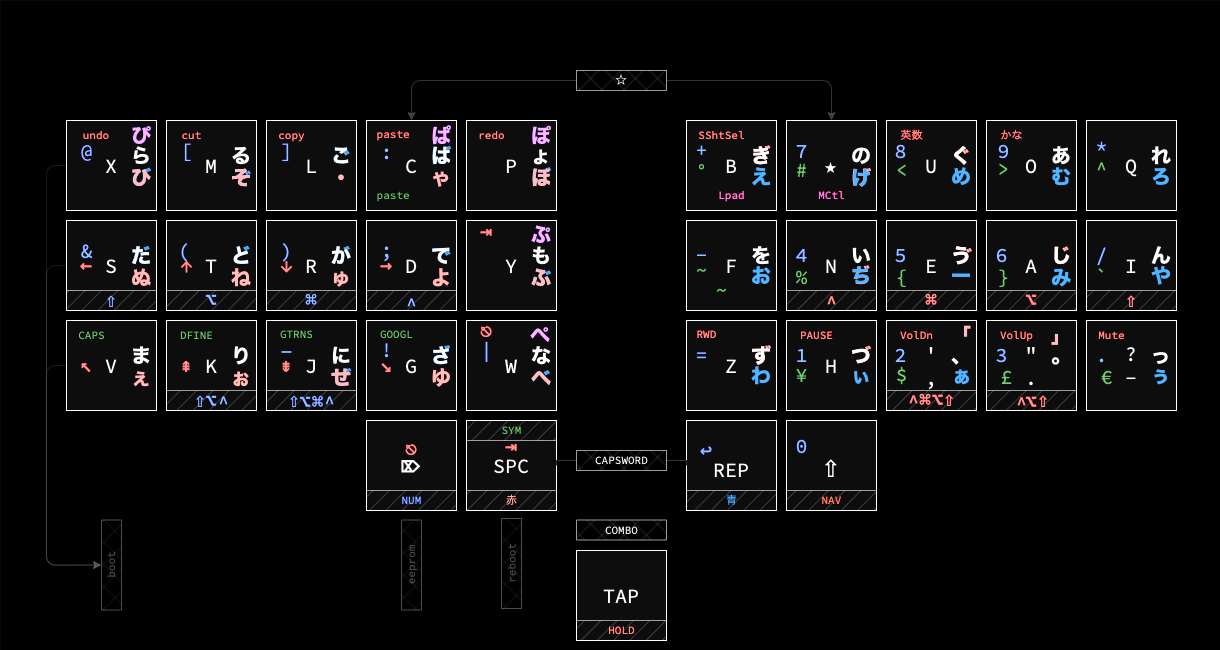
This is Gilgamesh-whole.drawio.png from gilgameshone/gilgamesh-layout, a draw.io export, as it was before one commit. Source tidied: cells renumbered, new cells last; positions are measured from the earlier drawing's top-left corner, leaving out a move shared by most shapes.
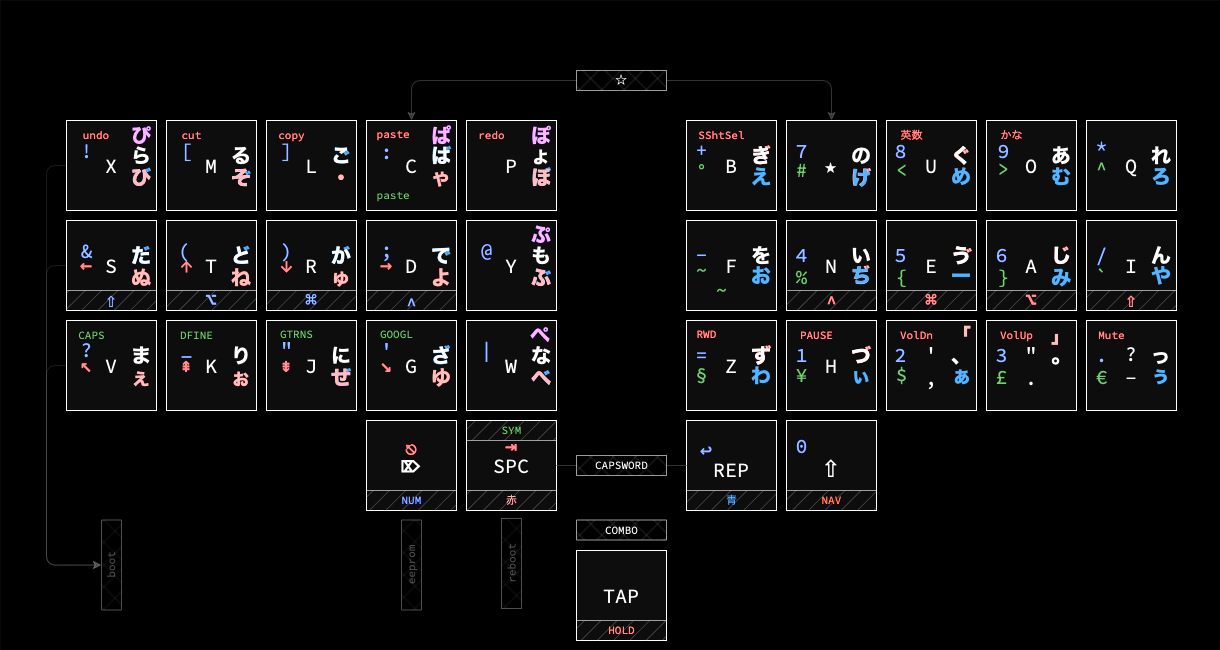
After the change.

Diff of the diagram source:
```diff
@@ -508,8 +508,2 @@
     </mxCell>
-    <mxCell id="165" value="&lt;div style=&quot;font-size: 11px;&quot;&gt;&lt;font color=&quot;#ff0080&quot; style=&quot;font-size: 11px;&quot;&gt;Lpad&lt;/font&gt;&lt;/div&gt;" style="text;html=1;align=center;verticalAlign=middle;strokeColor=none;fillColor=none;fontSize=11;rounded=0;fontFamily=Source Code Pro;fontSource=https%3A%2F%2Ffonts.googleapis.com%2Fcss%3Ffamily%3DSource%2BCode%2BPro;" parent="1" vertex="1">
-      <mxGeometry x="706" y="180" width="50" height="30" as="geometry" />
-    </mxCell>
-    <mxCell id="166" value="&lt;div style=&quot;font-size: 11px;&quot;&gt;&lt;font color=&quot;#ff0080&quot; style=&quot;font-size: 11px;&quot;&gt;MCtl&lt;/font&gt;&lt;/div&gt;" style="text;html=1;align=center;verticalAlign=middle;strokeColor=none;fillColor=none;fontSize=11;rounded=0;fontFamily=Source Code Pro;fontSource=https%3A%2F%2Ffonts.googleapis.com%2Fcss%3Ffamily%3DSource%2BCode%2BPro;" parent="1" vertex="1">
-      <mxGeometry x="806" y="180" width="50" height="30" as="geometry" />
-    </mxCell>
     <mxCell id="167" value="&lt;div style=&quot;font-size: 11px;&quot;&gt;&lt;font color=&quot;#ff0000&quot;&gt;&lt;span style=&quot;caret-color: rgb(255, 0, 0);&quot;&gt;VolUp&lt;/span&gt;&lt;/font&gt;&lt;/div&gt;" style="text;html=1;align=center;verticalAlign=middle;strokeColor=none;fillColor=none;fontSize=11;rounded=0;fontFamily=Source Code Pro;fontSource=https%3A%2F%2Ffonts.googleapis.com%2Fcss%3Ffamily%3DSource%2BCode%2BPro;" parent="1" vertex="1">
@@ -550,5 +544,2 @@
     </mxCell>
-    <mxCell id="179" value="&lt;font color=&quot;#0433ff&quot; style=&quot;font-size: 20px;&quot;&gt;⌥⌘&lt;/font&gt;" style="text;html=1;align=center;verticalAlign=middle;strokeColor=none;fillColor=none;fontSize=20;fontFamily=Source Code Pro;fontSource=https%3A%2F%2Ffonts.googleapis.com%2Fcss%3Ffamily%3DSource%2BCode%2BPro;" parent="1" vertex="1">
-      <mxGeometry x="286" y="381" width="50" height="40" as="geometry" />
-    </mxCell>
     <mxCell id="180" value="&lt;p style=&quot;margin: 0px; font-style: normal; font-variant-caps: normal; font-stretch: normal; font-size: 20px; line-height: normal; font-family: &amp;quot;Hiragino Sans&amp;quot;; font-size-adjust: none; font-kerning: auto; font-variant-alternates: normal; font-variant-ligatures: normal; font-variant-numeric: normal; font-variant-east-asian: normal; font-variant-position: normal; font-feature-settings: normal; font-optical-sizing: auto; font-variation-settings: normal;&quot;&gt;&lt;b style=&quot;font-size: 20px;&quot;&gt;つ&lt;/b&gt;&lt;/p&gt;" style="text;html=1;strokeColor=none;fillColor=none;align=center;verticalAlign=middle;whiteSpace=wrap;rounded=0;fontSize=20;" parent="1" vertex="1">
@@ -601,8 +592,2 @@
     </mxCell>
-    <mxCell id="196" style="rounded=0;whiteSpace=wrap;html=1;fontFamily=Source Code Pro;fontSource=https%3A%2F%2Ffonts.googleapis.com%2Fcss%3Ffamily%3DSource%2BCode%2BPro;fillColor=#8C8C8C;fontSize=20;fillStyle=hatch;gradientColor=none;glass=0;shadow=0;opacity=60;" parent="1" vertex="1">
-      <mxGeometry x="266" y="390" width="90" height="20" as="geometry" />
-    </mxCell>
-    <mxCell id="197" value="&lt;font color=&quot;#0433ff&quot; style=&quot;font-size: 20px;&quot;&gt;⌥&lt;/font&gt;" style="text;html=1;align=center;verticalAlign=middle;strokeColor=none;fillColor=none;fontSize=20;fontFamily=Source Code Pro;fontSource=https%3A%2F%2Ffonts.googleapis.com%2Fcss%3Ffamily%3DSource%2BCode%2BPro;" parent="1" vertex="1">
-      <mxGeometry x="191" y="380" width="40" height="40" as="geometry" />
-    </mxCell>
     <mxCell id="198" style="rounded=0;whiteSpace=wrap;html=1;fontFamily=Source Code Pro;fontSource=https%3A%2F%2Ffonts.googleapis.com%2Fcss%3Ffamily%3DSource%2BCode%2BPro;fillColor=#8C8C8C;fontSize=20;fillStyle=hatch;gradientColor=none;glass=0;shadow=0;opacity=60;" parent="1" vertex="1">
@@ -619,5 +604,2 @@
     </mxCell>
-    <mxCell id="202" value="&lt;font color=&quot;#ff0000&quot; face=&quot;Source Code Pro&quot; style=&quot;font-size: 20px;&quot;&gt;^&lt;/font&gt;" style="text;html=1;align=center;verticalAlign=middle;strokeColor=none;fillColor=none;fontSize=20;" parent="1" vertex="1">
-      <mxGeometry x="893" y="382" width="40" height="40" as="geometry" />
-    </mxCell>
     <mxCell id="203" style="rounded=0;whiteSpace=wrap;html=1;fontFamily=Source Code Pro;fontSource=https%3A%2F%2Ffonts.googleapis.com%2Fcss%3Ffamily%3DSource%2BCode%2BPro;fillColor=#8C8C8C;fontSize=20;fillStyle=hatch;gradientColor=none;glass=0;shadow=0;opacity=60;" parent="1" vertex="1">
@@ -625,38 +607,2 @@
     </mxCell>
-    <mxCell id="204" style="rounded=0;whiteSpace=wrap;html=1;fontFamily=Source Code Pro;fontSource=https%3A%2F%2Ffonts.googleapis.com%2Fcss%3Ffamily%3DSource%2BCode%2BPro;fillColor=#8C8C8C;fontSize=20;fillStyle=hatch;gradientColor=none;glass=0;shadow=0;opacity=60;" parent="1" vertex="1">
-      <mxGeometry x="986" y="390" width="90" height="20" as="geometry" />
-    </mxCell>
-    <mxCell id="205" style="rounded=0;whiteSpace=wrap;html=1;fontFamily=Source Code Pro;fontSource=https%3A%2F%2Ffonts.googleapis.com%2Fcss%3Ffamily%3DSource%2BCode%2BPro;fillColor=#8C8C8C;fontSize=20;fillStyle=hatch;gradientColor=none;glass=0;shadow=0;opacity=60;" parent="1" vertex="1">
-      <mxGeometry x="886" y="390" width="90" height="20" as="geometry" />
-    </mxCell>
-    <mxCell id="206" value="&lt;font color=&quot;#ff0000&quot; style=&quot;font-size: 20px;&quot;&gt;^&lt;/font&gt;" style="text;html=1;align=center;verticalAlign=middle;strokeColor=none;fillColor=none;fontSize=20;fontFamily=Source Code Pro;fontSource=https%3A%2F%2Ffonts.googleapis.com%2Fcss%3Ffamily%3DSource%2BCode%2BPro;" parent="1" vertex="1">
-      <mxGeometry x="1001" y="383" width="40" height="40" as="geometry" />
-    </mxCell>
-    <mxCell id="207" style="rounded=0;whiteSpace=wrap;html=1;fontFamily=Source Code Pro;fontSource=https%3A%2F%2Ffonts.googleapis.com%2Fcss%3Ffamily%3DSource%2BCode%2BPro;fillColor=#8C8C8C;fontSize=20;fillStyle=hatch;gradientColor=none;glass=0;shadow=0;opacity=60;" parent="1" vertex="1">
-      <mxGeometry x="166" y="390" width="90" height="20" as="geometry" />
-    </mxCell>
-    <mxCell id="208" value="&lt;font color=&quot;#0433ff&quot; style=&quot;font-size: 20px;&quot;&gt;&lt;font style=&quot;border-color: var(--border-color); font-size: 20px;&quot;&gt;⇧&lt;/font&gt;&lt;/font&gt;" style="text;html=1;align=center;verticalAlign=middle;strokeColor=none;fillColor=none;fontSize=20;rounded=0;fontFamily=Source Code Pro;fontSource=https%3A%2F%2Ffonts.googleapis.com%2Fcss%3Ffamily%3DSource%2BCode%2BPro;" parent="1" vertex="1">
-      <mxGeometry x="274" y="379" width="40" height="40" as="geometry" />
-    </mxCell>
-    <mxCell id="209" value="&lt;font face=&quot;Source Code Pro&quot; color=&quot;#0433ff&quot; style=&quot;font-size: 20px;&quot;&gt;^&lt;/font&gt;" style="text;html=1;align=center;verticalAlign=middle;strokeColor=none;fillColor=none;fontSize=20;" parent="1" vertex="1">
-      <mxGeometry x="309" y="383" width="40" height="40" as="geometry" />
-    </mxCell>
-    <mxCell id="210" value="&lt;font face=&quot;Source Code Pro&quot; color=&quot;#ff0000&quot; style=&quot;font-size: 20px;&quot;&gt;&lt;font style=&quot;font-size: 20px;&quot;&gt;⌘&lt;/font&gt;⌥&lt;/font&gt;" style="text;html=1;align=center;verticalAlign=middle;strokeColor=none;fillColor=none;fontSize=20;" parent="1" vertex="1">
-      <mxGeometry x="906" y="380" width="50" height="40" as="geometry" />
-    </mxCell>
-    <mxCell id="211" value="&lt;font color=&quot;#0433ff&quot; style=&quot;font-size: 20px;&quot;&gt;&lt;font style=&quot;border-color: var(--border-color); font-size: 20px;&quot;&gt;⇧&lt;/font&gt;&lt;/font&gt;" style="text;html=1;align=center;verticalAlign=middle;strokeColor=none;fillColor=none;fontSize=20;rounded=0;fontFamily=Source Code Pro;fontSource=https%3A%2F%2Ffonts.googleapis.com%2Fcss%3Ffamily%3DSource%2BCode%2BPro;" parent="1" vertex="1">
-      <mxGeometry x="180" y="379" width="40" height="40" as="geometry" />
-    </mxCell>
-    <mxCell id="212" value="&lt;font color=&quot;#0433ff&quot; style=&quot;font-size: 20px;&quot;&gt;^&lt;/font&gt;" style="text;html=1;align=center;verticalAlign=middle;strokeColor=none;fillColor=none;fontSize=20;fontFamily=Source Code Pro;fontSource=https%3A%2F%2Ffonts.googleapis.com%2Fcss%3Ffamily%3DSource%2BCode%2BPro;" parent="1" vertex="1">
-      <mxGeometry x="203" y="382" width="40" height="40" as="geometry" />
-    </mxCell>
-    <mxCell id="213" value="&lt;font face=&quot;Source Code Pro&quot; style=&quot;font-size: 20px;&quot;&gt;&lt;font color=&quot;#ff0000&quot; style=&quot;border-color: var(--border-color); font-size: 20px;&quot;&gt;⇧&lt;/font&gt;&lt;/font&gt;" style="text;html=1;align=center;verticalAlign=middle;strokeColor=none;fillColor=none;fontSize=20;rounded=0;" parent="1" vertex="1">
-      <mxGeometry x="929" y="379" width="40" height="40" as="geometry" />
-    </mxCell>
-    <mxCell id="214" value="&lt;font color=&quot;#ff0000&quot; style=&quot;font-size: 20px;&quot;&gt;⌥&lt;/font&gt;" style="text;html=1;align=center;verticalAlign=middle;strokeColor=none;fillColor=none;fontSize=20;fontFamily=Source Code Pro;fontSource=https%3A%2F%2Ffonts.googleapis.com%2Fcss%3Ffamily%3DSource%2BCode%2BPro;" parent="1" vertex="1">
-      <mxGeometry x="1011" y="381" width="40" height="40" as="geometry" />
-    </mxCell>
-    <mxCell id="215" value="&lt;font style=&quot;font-size: 20px;&quot;&gt;&lt;font color=&quot;#ff0000&quot; style=&quot;border-color: var(--border-color); font-size: 20px;&quot;&gt;⇧&lt;/font&gt;&lt;/font&gt;" style="text;html=1;align=center;verticalAlign=middle;strokeColor=none;fillColor=none;fontSize=20;rounded=0;fontFamily=Source Code Pro;fontSource=https%3A%2F%2Ffonts.googleapis.com%2Fcss%3Ffamily%3DSource%2BCode%2BPro;" parent="1" vertex="1">
-      <mxGeometry x="1023" y="379" width="40" height="40" as="geometry" />
-    </mxCell>
     <mxCell id="216" value="&lt;font face=&quot;Helvetica&quot; style=&quot;border-color: var(--border-color); font-size: 11px;&quot;&gt;赤&lt;/font&gt;" style="text;html=1;align=center;verticalAlign=middle;strokeColor=none;fillColor=none;fontSize=11;fontFamily=Source Code Pro;fontSource=https%3A%2F%2Ffonts.googleapis.com%2Fcss%3Ffamily%3DSource%2BCode%2BPro;rounded=0;fontColor=#990000;" parent="1" vertex="1">
@@ -709,3 +655,3 @@
     </mxCell>
-    <mxCell id="232" value="&lt;font style=&quot;border-color: var(--border-color); font-size: 20px;&quot; color=&quot;#0433ff&quot;&gt;@&lt;/font&gt;" style="text;html=1;align=center;verticalAlign=middle;strokeColor=none;fillColor=none;fontSize=20;rounded=0;fontFamily=Source Code Pro;fontSource=https%3A%2F%2Ffonts.googleapis.com%2Fcss%3Ffamily%3DSource%2BCode%2BPro;" parent="1" vertex="1">
+    <mxCell id="232" value="&lt;font style=&quot;border-color: var(--border-color); font-size: 20px;&quot; color=&quot;#0433ff&quot;&gt;!&lt;/font&gt;" style="text;html=1;align=center;verticalAlign=middle;strokeColor=none;fillColor=none;fontSize=20;rounded=0;fontFamily=Source Code Pro;fontSource=https%3A%2F%2Ffonts.googleapis.com%2Fcss%3Ffamily%3DSource%2BCode%2BPro;" parent="1" vertex="1">
       <mxGeometry x="66" y="130" width="40" height="40" as="geometry" />
@@ -736,6 +682,6 @@
     </mxCell>
-    <mxCell id="241" value="&lt;font style=&quot;border-color: var(--border-color); font-size: 20px;&quot; color=&quot;#0433ff&quot;&gt;_&lt;/font&gt;" style="text;html=1;align=center;verticalAlign=middle;strokeColor=none;fillColor=none;fontSize=20;rounded=0;fontFamily=Source Code Pro;fontSource=https%3A%2F%2Ffonts.googleapis.com%2Fcss%3Ffamily%3DSource%2BCode%2BPro;" parent="1" vertex="1">
-      <mxGeometry x="266" y="322" width="40" height="40" as="geometry" />
+    <mxCell id="241" value="&lt;font style=&quot;border-color: var(--border-color); font-size: 20px;&quot; color=&quot;#0433ff&quot;&gt;&quot;&lt;/font&gt;" style="text;html=1;align=center;verticalAlign=middle;strokeColor=none;fillColor=none;fontSize=20;rounded=0;fontFamily=Source Code Pro;fontSource=https%3A%2F%2Ffonts.googleapis.com%2Fcss%3Ffamily%3DSource%2BCode%2BPro;" parent="1" vertex="1">
+      <mxGeometry x="266" y="328" width="40" height="40" as="geometry" />
     </mxCell>
-    <mxCell id="242" value="&lt;font style=&quot;border-color: var(--border-color); font-size: 20px;&quot; color=&quot;#0433ff&quot;&gt;!&lt;/font&gt;" style="text;html=1;align=center;verticalAlign=middle;strokeColor=none;fillColor=none;fontSize=20;rounded=0;fontFamily=Source Code Pro;fontSource=https%3A%2F%2Ffonts.googleapis.com%2Fcss%3Ffamily%3DSource%2BCode%2BPro;" parent="1" vertex="1">
+    <mxCell id="242" value="&lt;font style=&quot;border-color: var(--border-color); font-size: 20px;&quot; color=&quot;#0433ff&quot;&gt;'&lt;/font&gt;" style="text;html=1;align=center;verticalAlign=middle;strokeColor=none;fillColor=none;fontSize=20;rounded=0;fontFamily=Source Code Pro;fontSource=https%3A%2F%2Ffonts.googleapis.com%2Fcss%3Ffamily%3DSource%2BCode%2BPro;" parent="1" vertex="1">
       <mxGeometry x="366" y="329" width="40" height="40" as="geometry" />
@@ -748,8 +694,2 @@
     </mxCell>
-    <mxCell id="245" value="&lt;font color=&quot;#ff0000&quot; face=&quot;Source Code Pro&quot; style=&quot;font-size: 20px;&quot;&gt;⎋&lt;/font&gt;" style="text;html=1;align=center;verticalAlign=middle;strokeColor=none;fillColor=none;" parent="1" vertex="1">
-      <mxGeometry x="466" y="310" width="40" height="40" as="geometry" />
-    </mxCell>
-    <mxCell id="246" value="&lt;font color=&quot;#ff0000&quot; face=&quot;Source Code Pro&quot; style=&quot;font-size: 20px;&quot;&gt;⇥&lt;/font&gt;" style="text;html=1;align=center;verticalAlign=middle;strokeColor=none;fillColor=none;" parent="1" vertex="1">
-      <mxGeometry x="466" y="210" width="40" height="40" as="geometry" />
-    </mxCell>
     <mxCell id="247" value="&lt;font color=&quot;#0433ff&quot; style=&quot;border-color: var(--border-color); font-size: 20px;&quot;&gt;0&lt;/font&gt;" style="text;html=1;align=center;verticalAlign=middle;strokeColor=none;fillColor=none;fontSize=11;fontFamily=Source Code Pro;fontSource=https%3A%2F%2Ffonts.googleapis.com%2Fcss%3Ffamily%3DSource%2BCode%2BPro;rounded=0;" parent="1" vertex="1">
@@ -767,6 +707,6 @@
     <mxCell id="251" value="&lt;font face=&quot;Source Code Pro&quot; color=&quot;#006600&quot;&gt;&lt;span style=&quot;caret-color: rgb(0, 102, 0);&quot;&gt;£&lt;/span&gt;&lt;/font&gt;" style="text;html=1;align=center;verticalAlign=middle;strokeColor=none;fillColor=none;fontSize=20;rounded=0;" parent="1" vertex="1">
-      <mxGeometry x="986" y="357" width="40" height="40" as="geometry" />
+      <mxGeometry x="981" y="357" width="40" height="40" as="geometry" />
     </mxCell>
     <mxCell id="252" value="&lt;font style=&quot;border-color: var(--border-color); font-family: &amp;quot;Source Code Pro&amp;quot;; font-size: 20px;&quot; color=&quot;#006600&quot;&gt;€&lt;/font&gt;" style="text;html=1;align=center;verticalAlign=middle;strokeColor=none;fillColor=none;fontSize=20;rounded=0;" parent="1" vertex="1">
-      <mxGeometry x="1086" y="357" width="40" height="40" as="geometry" />
+      <mxGeometry x="1081" y="357" width="40" height="40" as="geometry" />
     </mxCell>
@@ -779,12 +719,22 @@
     <mxCell id="255" style="edgeStyle=orthogonalEdgeStyle;rounded=0;jettySize=auto;html=1;strokeColor=#CCCCCC;endArrow=none;endFill=0;" parent="1" edge="1" source="257" target="48">
-      <mxGeometry relative="1" as="geometry" />
+      <mxGeometry relative="1" as="geometry">
+        <Array as="points">
+          <mxPoint x="676" y="465" />
+          <mxPoint x="676" y="465" />
+        </Array>
+      </mxGeometry>
     </mxCell>
     <mxCell id="256" style="edgeStyle=orthogonalEdgeStyle;rounded=0;jettySize=auto;html=1;strokeColor=#CCCCCC;endArrow=none;endFill=0;" parent="1" edge="1" source="257" target="37">
-      <mxGeometry relative="1" as="geometry" />
+      <mxGeometry relative="1" as="geometry">
+        <Array as="points">
+          <mxPoint x="566" y="465" />
+          <mxPoint x="566" y="465" />
+        </Array>
+      </mxGeometry>
     </mxCell>
     <mxCell id="257" style="rounded=0;whiteSpace=wrap;html=1;fontFamily=Source Code Pro;fontSource=https%3A%2F%2Ffonts.googleapis.com%2Fcss%3Ffamily%3DSource%2BCode%2BPro;fillColor=#8C8C8C;fontSize=20;fillStyle=cross-hatch;gradientColor=none;glass=0;shadow=0;opacity=60;" parent="1" vertex="1">
-      <mxGeometry x="576" y="450" width="90" height="20" as="geometry" />
+      <mxGeometry x="576" y="455" width="90" height="20" as="geometry" />
     </mxCell>
     <mxCell id="258" value="&lt;span style=&quot;caret-color: rgb(0, 102, 0);&quot;&gt;CAPSWORD&lt;/span&gt;" style="text;html=1;align=center;verticalAlign=middle;strokeColor=none;fillColor=none;fontSize=11;fontFamily=Source Code Pro;fontSource=https://fonts.googleapis.com/css?family=Source+Code+Pro;rounded=0;" parent="1" vertex="1">
-      <mxGeometry x="581" y="445" width="80" height="30" as="geometry" />
+      <mxGeometry x="581" y="450" width="80" height="30" as="geometry" />
     </mxCell>
@@ -805,2 +755,14 @@
     </mxCell>
+    <mxCell id="264" value="&lt;font style=&quot;border-color: var(--border-color); font-family: &amp;quot;Source Code Pro&amp;quot;; font-size: 20px;&quot; color=&quot;#006600&quot;&gt;§&lt;/font&gt;" style="text;html=1;align=center;verticalAlign=middle;strokeColor=none;fillColor=none;fontSize=20;rounded=0;" parent="1" vertex="1">
+      <mxGeometry x="681" y="355" width="40" height="40" as="geometry" />
+    </mxCell>
+    <mxCell id="265" value="&lt;font style=&quot;border-color: var(--border-color); font-size: 20px;&quot; color=&quot;#0433ff&quot;&gt;@&lt;/font&gt;" style="text;html=1;align=center;verticalAlign=middle;strokeColor=none;fillColor=none;fontSize=20;rounded=0;fontFamily=Source Code Pro;fontSource=https://fonts.googleapis.com/css?family=Source+Code+Pro;" parent="1" vertex="1">
+      <mxGeometry x="466" y="229" width="40" height="40" as="geometry" />
+    </mxCell>
+    <mxCell id="266" value="&lt;font style=&quot;border-color: var(--border-color); font-size: 20px;&quot; color=&quot;#0433ff&quot;&gt;_&lt;/font&gt;" style="text;html=1;align=center;verticalAlign=middle;strokeColor=none;fillColor=none;fontSize=20;rounded=0;fontFamily=Source Code Pro;fontSource=https://fonts.googleapis.com/css?family=Source+Code+Pro;" parent="1" vertex="1">
+      <mxGeometry x="166" y="327" width="40" height="40" as="geometry" />
+    </mxCell>
+    <mxCell id="267" value="&lt;font style=&quot;border-color: var(--border-color); font-size: 20px;&quot; color=&quot;#0433ff&quot;&gt;?&lt;/font&gt;" style="text;html=1;align=center;verticalAlign=middle;strokeColor=none;fillColor=none;fontSize=20;rounded=0;fontFamily=Source Code Pro;fontSource=https://fonts.googleapis.com/css?family=Source+Code+Pro;" parent="1" vertex="1">
+      <mxGeometry x="66" y="329" width="40" height="40" as="geometry" />
+    </mxCell>
   </root>
```
